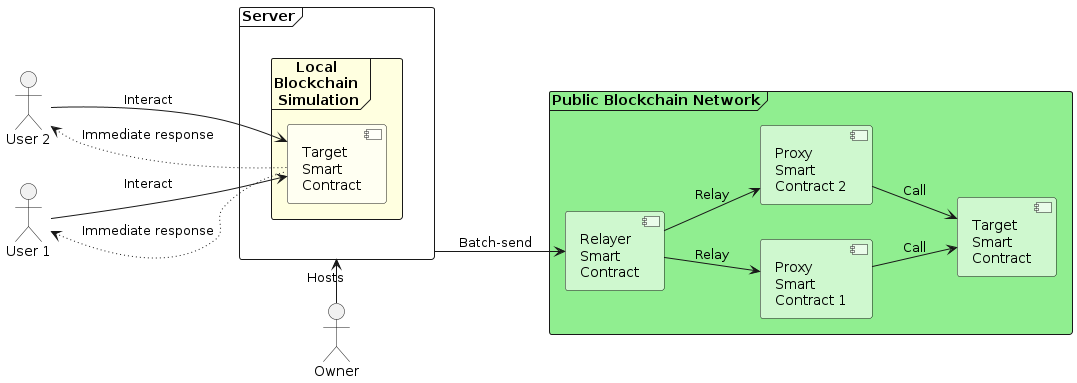
ollie041114/account-abstraction-test keeps this PlantUML diagram as out/UMLs/static_architecture/static_architecture.png. Above is the earlier version.
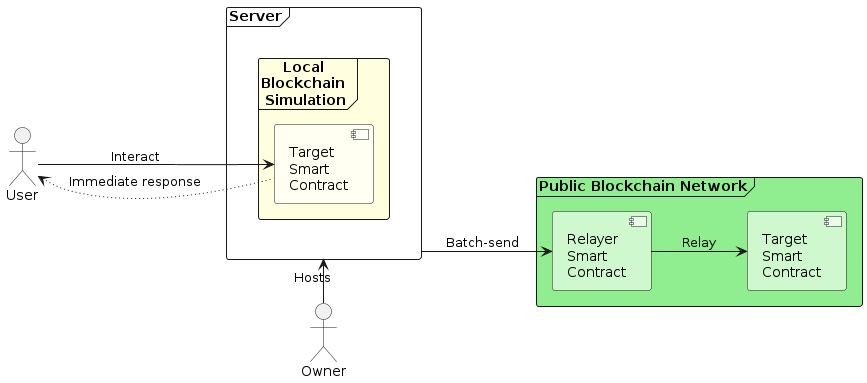
Above is the later version.

Change to the diagram source:
```diff
@@ -2,12 +2,10 @@
 
 actor Owner
 
-actor "User 1" as User1
+actor "User" as User1
 
-actor "User 2" as User2
 skinparam ComponentBackgroundColor #FFFFFF90
 !define TRANSPARENT #BFFFBF
-
 
 frame "Server" as Server {
     frame "Local \nBlockchain \nSimulation" as LocalSim #LightYellow {
@@ -18,8 +16,6 @@
 
 frame "Public Blockchain Network" as PubNet #LightGreen {
     component "Relayer \nSmart \nContract" as Relayer
-    component "Proxy \nSmart \nContract 1" as Proxy1
-    component "Proxy \nSmart \nContract 2" as Proxy2
     component "Target \nSmart \nContract" as Target
 }
 
@@ -28,16 +24,11 @@
 User1 -down-> LocalTarget : Interact
 User1 <-[dotted]- LocalTarget : Immediate response
 
-User2 -> LocalTarget : Interact
-User2 <-[dotted]- LocalTarget : Immediate response
 
 Server <-l- Owner : Hosts
 
 Server --> Relayer : Batch-send
 
-Relayer --> Proxy2 : Relay
-Proxy2 --> Target : Call
-Relayer --> Proxy1 : Relay
-Proxy1 --> Target : Call
+Relayer --> Target : Relay
 
 @enduml
```
